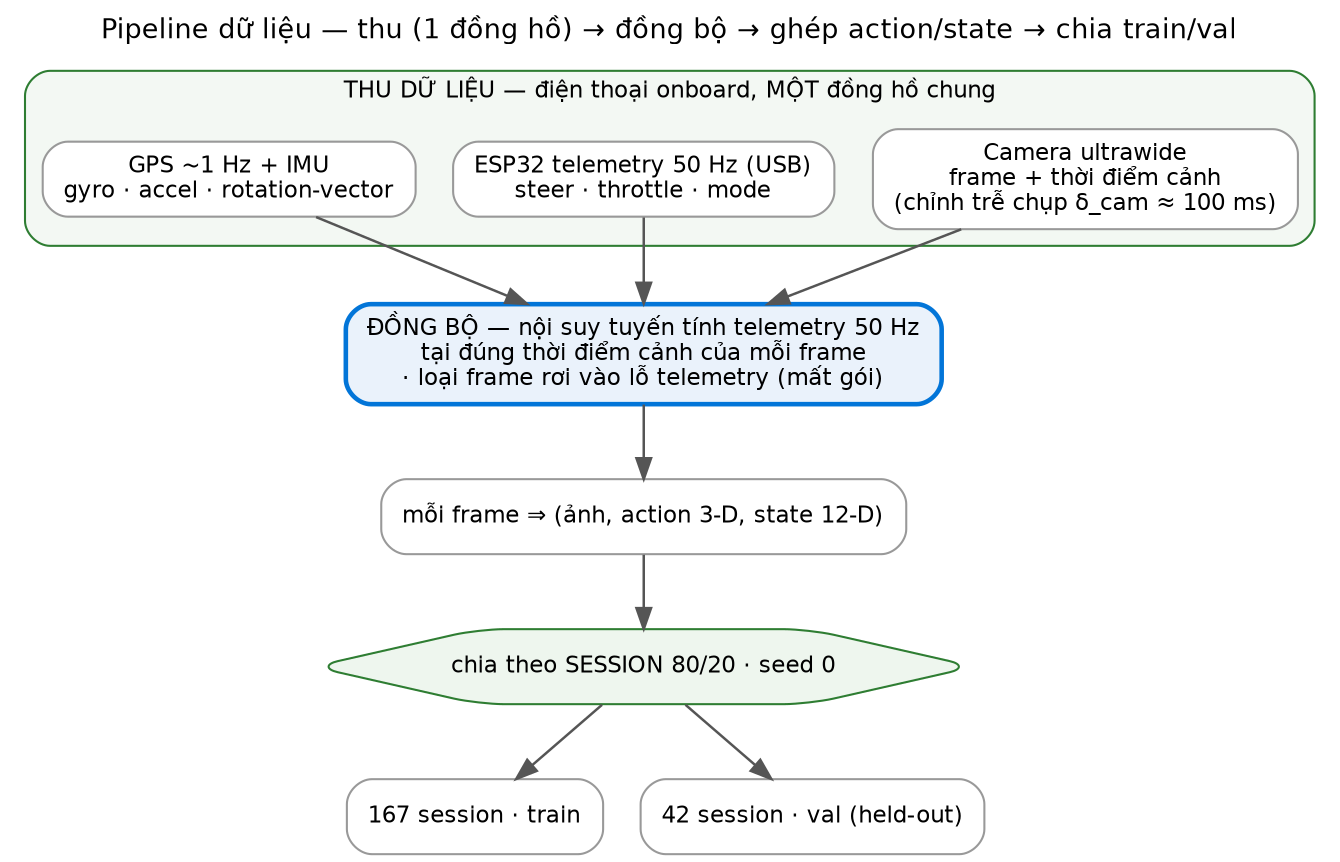
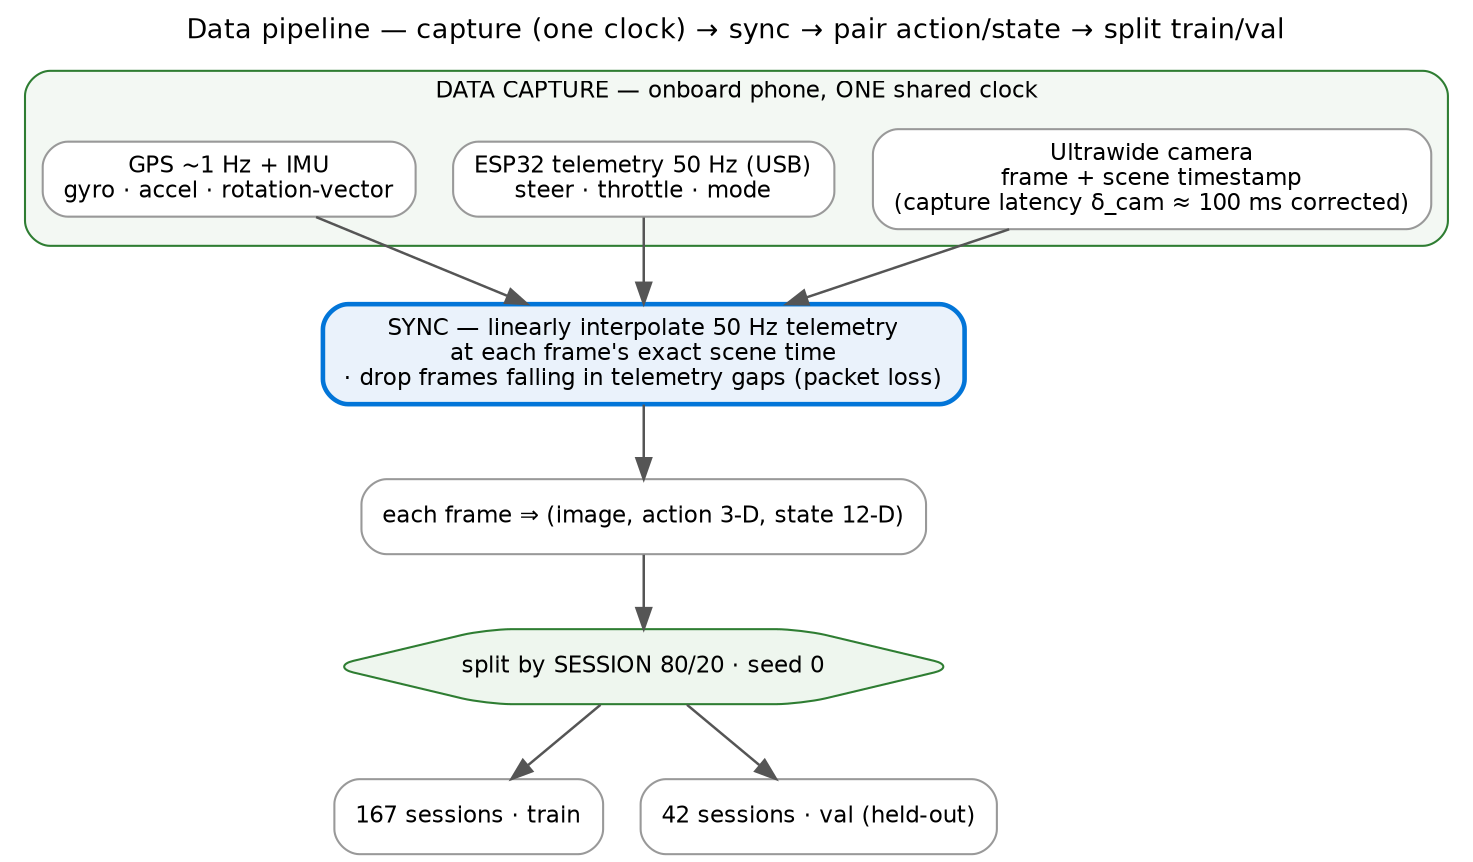
digraph data_pipeline {
  rankdir=TB; bgcolor="white"; fontname="DejaVu Sans"; labelloc="t"; fontsize=13;
-   label="Pipeline dữ liệu — thu (1 đồng hồ) → đồng bộ → ghép action/state → chia train/val";
+   label="Data pipeline — capture (one clock) → sync → pair action/state → split train/val";
  node [shape=box, style="rounded,filled", fontname="DejaVu Sans", fontsize=11,
        fillcolor="#ffffff", color="#999999", margin="0.14,0.09"];
  edge [color="#555555", penwidth=1.2];

  subgraph cluster_rec {
-     label="THU DỮ LIỆU — điện thoại onboard, MỘT đồng hồ chung"; fontname="DejaVu Sans"; fontsize=11;
+     label="DATA CAPTURE — onboard phone, ONE shared clock"; fontname="DejaVu Sans"; fontsize=11;
    style="rounded,filled"; fillcolor="#f3f8f3"; color="#2e7d32"; rank=same;
-     CAM [label="Camera ultrawide\nframe + thời điểm cảnh\n(chỉnh trễ chụp δ_cam ≈ 100 ms)"];
+     CAM [label="Ultrawide camera\nframe + scene timestamp\n(capture latency δ_cam ≈ 100 ms corrected)"];
    TEL [label="ESP32 telemetry 50 Hz (USB)\nsteer · throttle · mode"];
    SEN [label="GPS ~1 Hz + IMU\ngyro · accel · rotation-vector"];
  }
-   SYNC [label="ĐỒNG BỘ — nội suy tuyến tính telemetry 50 Hz\ntại đúng thời điểm cảnh của mỗi frame\n· loại frame rơi vào lỗ telemetry (mất gói)", fillcolor="#eaf2fb", color="#0275d8", penwidth=2.2];
-   PAIR [label="mỗi frame ⇒ (ảnh, action 3-D, state 12-D)"];
-   SPLIT [label="chia theo SESSION 80/20 · seed 0", shape=hexagon, fillcolor="#eef6ee", color="#2e7d32"];
-   TR [label="167 session · train"];
-   VA [label="42 session · val (held-out)"];
+   SYNC [label="SYNC — linearly interpolate 50 Hz telemetry\nat each frame's exact scene time\n· drop frames falling in telemetry gaps (packet loss)", fillcolor="#eaf2fb", color="#0275d8", penwidth=2.2];
+   PAIR [label="each frame ⇒ (image, action 3-D, state 12-D)"];
+   SPLIT [label="split by SESSION 80/20 · seed 0", shape=hexagon, fillcolor="#eef6ee", color="#2e7d32"];
+   TR [label="167 sessions · train"];
+   VA [label="42 sessions · val (held-out)"];

  CAM -> SYNC; TEL -> SYNC; SEN -> SYNC;
  SYNC -> PAIR -> SPLIT; SPLIT -> TR; SPLIT -> VA;
}
